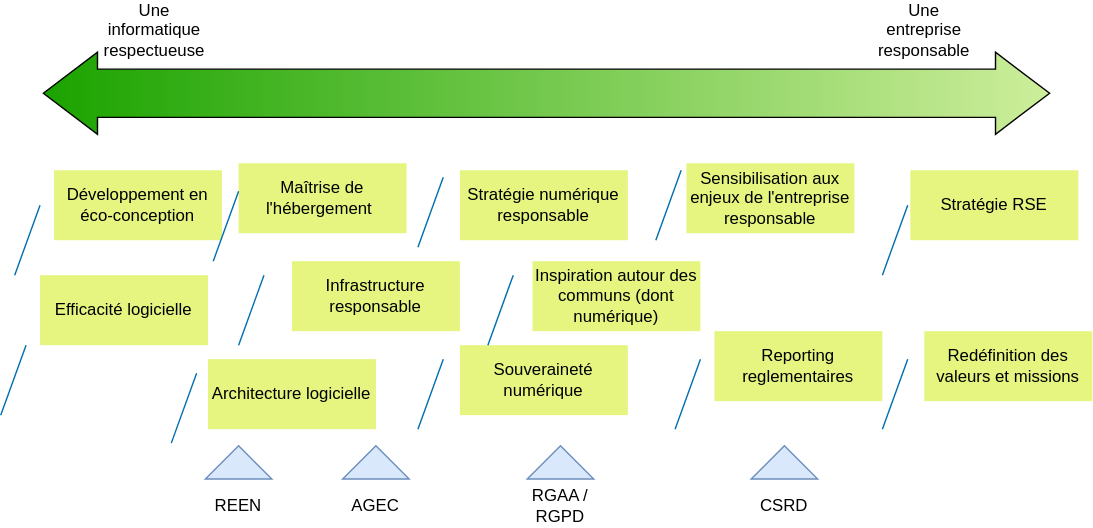
iroco-co/rezofora keeps this draw.io diagram as img/expertises.drawio.svg. Above is the earlier version. Source tidied: cells renumbered, new cells last; positions are measured from the earlier drawing's top-left corner, leaving out a move shared by most shapes.
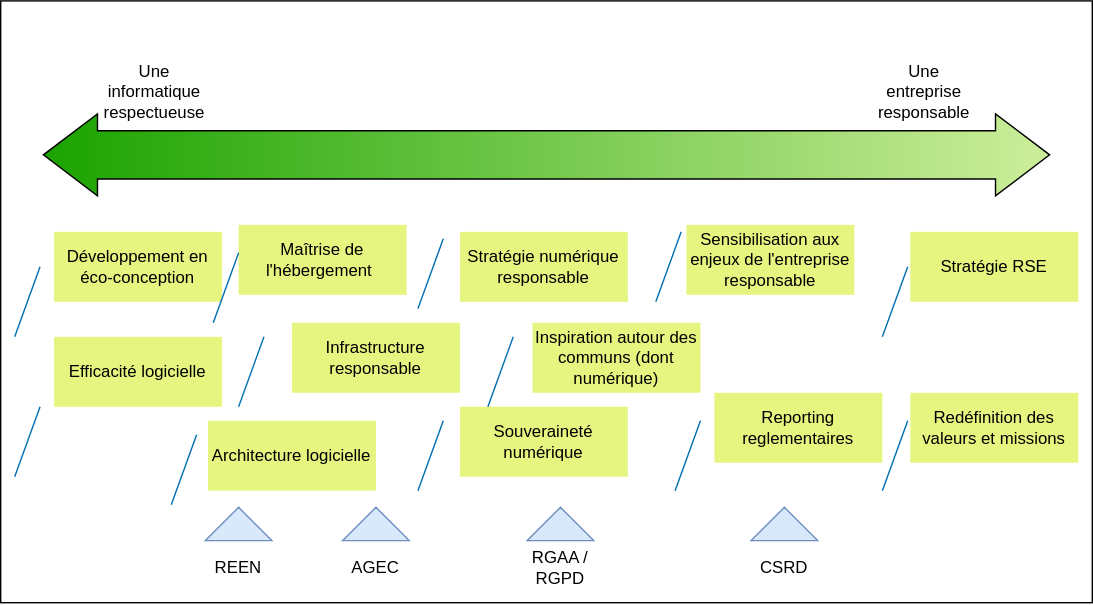
Later version of the same file.

Change to the diagram source:
```diff
@@ -2,6 +2,9 @@
   <root>
     <mxCell id="0" />
     <mxCell id="1" parent="0" />
+    <mxCell id="37" style="rounded=0;whiteSpace=wrap;html=1;" parent="1" vertex="1">
+      <mxGeometry y="-50" width="780" height="430" as="geometry" />
+    </mxCell>
     <mxCell id="2" style="shape=flexArrow;endArrow=classic;startArrow=classic;html=1;rounded=0;fillColor=#1ba300;gradientColor=#cdee9b;gradientDirection=east;width=34.48275862068966;endSize=12.553333333333333;endWidth=23.115338882282995;startWidth=23.115338882282995;startSize=12.553333333333333;" parent="1" edge="1">
       <mxGeometry relative="1" as="geometry">
         <mxPoint x="750" y="60" as="sourcePoint" />
@@ -45,7 +48,7 @@
       <mxGeometry x="170" y="110" width="120" height="50" as="geometry" />
     </mxCell>
     <mxCell id="15" value="Efficacité logicielle" style="rounded=0;whiteSpace=wrap;html=1;fillColor=#E5F57F;fontColor=#000000;strokeColor=none;" parent="1" vertex="1">
-      <mxGeometry x="28.1" y="190" width="120" height="50" as="geometry" />
+      <mxGeometry x="38.1" y="190" width="120" height="50" as="geometry" />
     </mxCell>
     <mxCell id="16" value="Infrastructure responsable" style="rounded=0;whiteSpace=wrap;html=1;fillColor=#E5F57F;fontColor=#000000;strokeColor=none;" parent="1" vertex="1">
       <mxGeometry x="208.1" y="180" width="120" height="50" as="geometry" />
@@ -72,7 +75,7 @@
       <mxGeometry x="510" y="230" width="120" height="50" as="geometry" />
     </mxCell>
     <mxCell id="24" value="Redéfinition des valeurs et missions" style="rounded=0;whiteSpace=wrap;html=1;fillColor=#E5F57F;fontColor=#000000;strokeColor=none;" parent="1" vertex="1">
-      <mxGeometry x="660" y="230" width="120" height="50" as="geometry" />
+      <mxGeometry x="650" y="230" width="120" height="50" as="geometry" />
     </mxCell>
     <mxCell id="25" style="endArrow=none;html=1;rounded=0;fillColor=#1ba1e2;strokeColor=#006EAF;" parent="1" edge="1">
       <mxGeometry relative="1" as="geometry">
@@ -82,8 +85,8 @@
     </mxCell>
     <mxCell id="26" style="endArrow=none;html=1;rounded=0;fillColor=#1ba1e2;strokeColor=#006EAF;" parent="1" edge="1">
       <mxGeometry relative="1" as="geometry">
-        <mxPoint y="290" as="sourcePoint" />
-        <mxPoint x="18.1" y="240" as="targetPoint" />
+        <mxPoint x="10" y="290" as="sourcePoint" />
+        <mxPoint x="28.1" y="240" as="targetPoint" />
       </mxGeometry>
     </mxCell>
     <mxCell id="27" style="endArrow=none;html=1;rounded=0;fillColor=#1ba1e2;strokeColor=#006EAF;" parent="1" edge="1">
```
